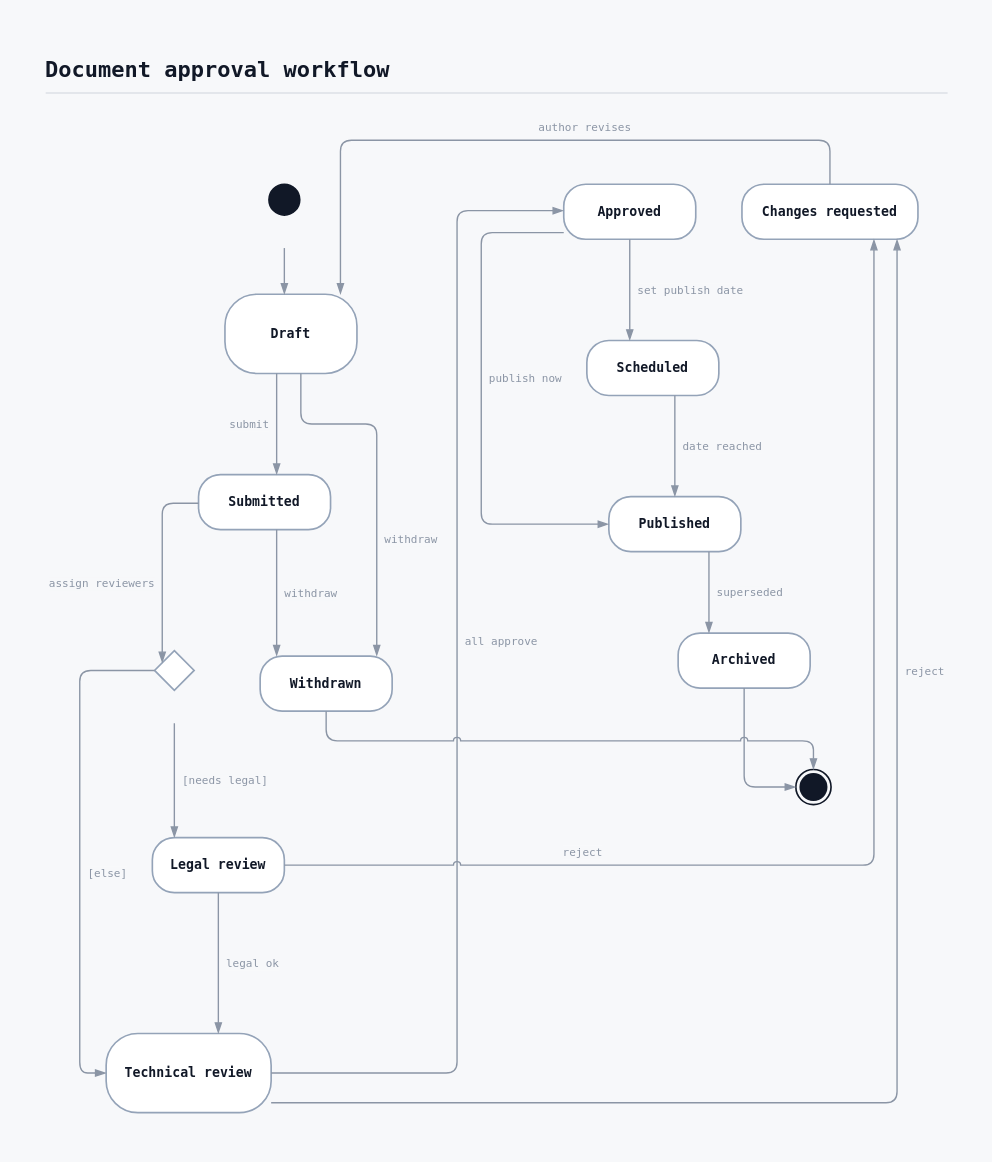
The draw.io diagram examples/document_approval_states/document_approval_states.drawio in rg12301/rdg, before the edit. Source tidied: cells renumbered, new cells numbered last; positions are measured from the earlier drawing's top-left corner, leaving out a move shared by most shapes. Both pictures are drawn from the tidied source at 110%, with x=0, y=0 at pixel (19, 19).
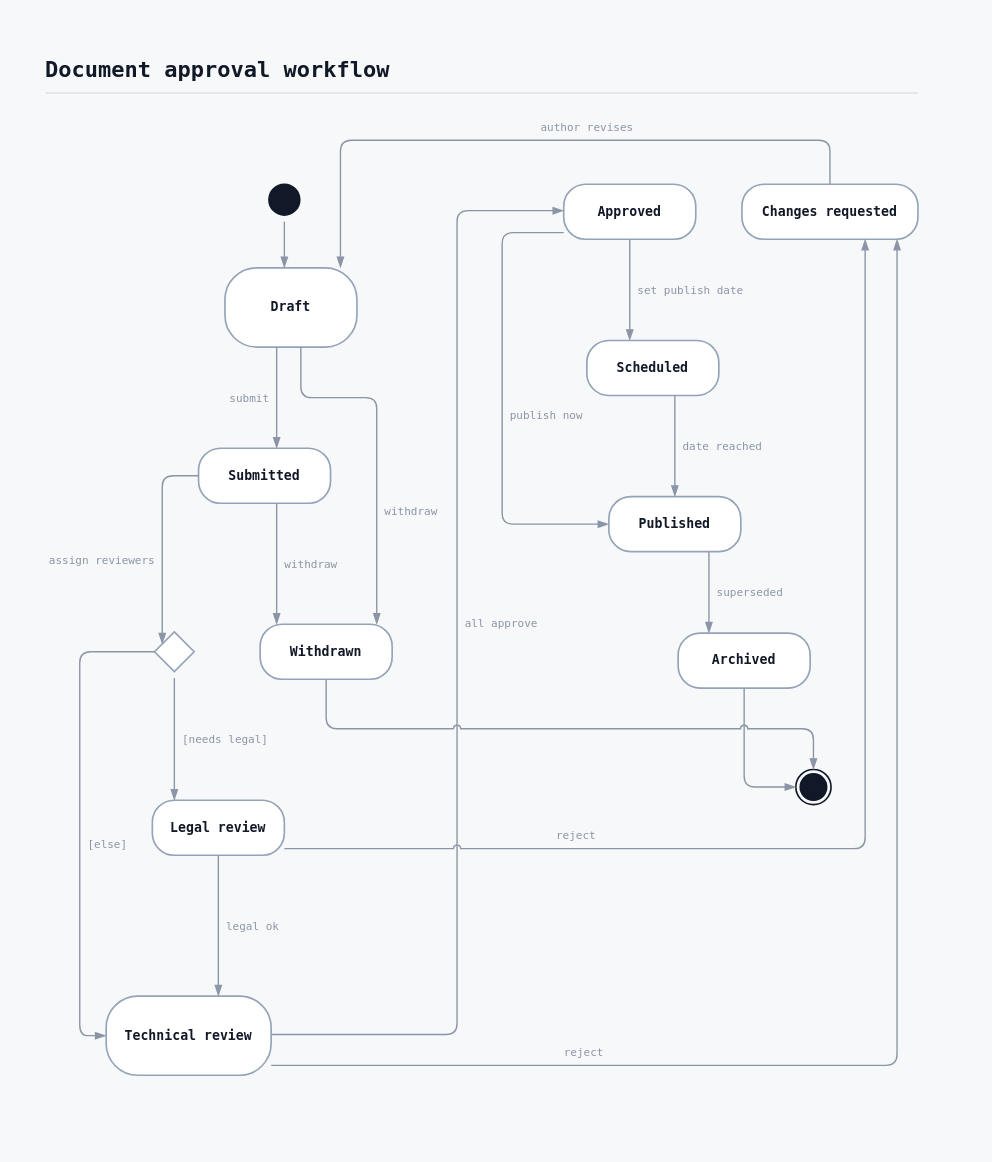
Above is the later version.

The change refers to these unchanged cells:
```xml
<mxCell id="12" value="&lt;b&gt;Changes requested&lt;/b&gt;" style="rounded=1;arcSize=40;html=1;whiteSpace=wrap;fillColor=#ffffff;fillOpacity=100;strokeColor=#94a3b8;strokeWidth=1.5;shadow=0;fontFamily=JetBrains Mono, ui-monospace, SFMono-Regular, Menlo, Consolas, monospace;fontSize=12;fontColor=#111827;fontStyle=0;align=center;verticalAlign=middle;spacingTop=4;spacingBottom=4;spacingLeft=8;spacingRight=8;" parent="1" vertex="1">
  <mxGeometry x="657" y="150" width="160" height="50" as="geometry" />
</mxCell>
<mxCell id="13" value="&lt;b&gt;Approved&lt;/b&gt;" style="rounded=1;arcSize=40;html=1;whiteSpace=wrap;fillColor=#ffffff;fillOpacity=100;strokeColor=#94a3b8;strokeWidth=1.5;shadow=0;fontFamily=JetBrains Mono, ui-monospace, SFMono-Regular, Menlo, Consolas, monospace;fontSize=12;fontColor=#111827;fontStyle=0;align=center;verticalAlign=middle;spacingTop=4;spacingBottom=4;spacingLeft=8;spacingRight=8;" parent="1" vertex="1">
  <mxGeometry x="495" y="150" width="120" height="50" as="geometry" />
</mxCell>
<mxCell id="15" value="&lt;b&gt;Published&lt;/b&gt;" style="rounded=1;arcSize=40;html=1;whiteSpace=wrap;fillColor=#ffffff;fillOpacity=100;strokeColor=#94a3b8;strokeWidth=1.5;shadow=0;fontFamily=JetBrains Mono, ui-monospace, SFMono-Regular, Menlo, Consolas, monospace;fontSize=12;fontColor=#111827;fontStyle=0;align=center;verticalAlign=middle;spacingTop=4;spacingBottom=4;spacingLeft=8;spacingRight=8;" parent="1" vertex="1">
  <mxGeometry x="536" y="434" width="120" height="50" as="geometry" />
</mxCell>
<mxCell id="16" value="&lt;b&gt;Archived&lt;/b&gt;" style="rounded=1;arcSize=40;html=1;whiteSpace=wrap;fillColor=#ffffff;fillOpacity=100;strokeColor=#94a3b8;strokeWidth=1.5;shadow=0;fontFamily=JetBrains Mono, ui-monospace, SFMono-Regular, Menlo, Consolas, monospace;fontSize=12;fontColor=#111827;fontStyle=0;align=center;verticalAlign=middle;spacingTop=4;spacingBottom=4;spacingLeft=8;spacingRight=8;" parent="1" vertex="1">
  <mxGeometry x="599" y="558" width="120" height="50" as="geometry" />
</mxCell>
```

The edit, as a diff of the source:
```diff
@@
     <mxCell id="2" style="rounded=0;fillColor=none;strokeColor=none;selectable=0;" parent="1" vertex="1">
-      <mxGeometry width="868" height="1022" as="geometry" />
+      <mxGeometry width="841" height="988" as="geometry" />
     </mxCell>
@@
     <mxCell id="4" value="&lt;b&gt;&lt;/b&gt;" style="rounded=0;html=1;whiteSpace=wrap;fillColor=none;fillOpacity=100;strokeColor=none;strokeWidth=1.5;shadow=0;fontFamily=JetBrains Mono, ui-monospace, SFMono-Regular, Menlo, Consolas, monospace;fontSize=12;fontColor=#111827;fontStyle=0;align=center;verticalAlign=top;spacingTop=32;spacingBottom=0;spacingLeft=0;spacingRight=0;" parent="1" vertex="1">
-      <mxGeometry x="217" y="150" width="48" height="52" as="geometry" />
+      <mxGeometry x="217" y="150" width="48" height="28" as="geometry" />
     </mxCell>
@@
     <mxCell id="6" value="&lt;b&gt;Draft&lt;/b&gt;" style="rounded=1;arcSize=40;html=1;whiteSpace=wrap;fillColor=#ffffff;fillOpacity=100;strokeColor=#94a3b8;strokeWidth=1.5;shadow=0;fontFamily=JetBrains Mono, ui-monospace, SFMono-Regular, Menlo, Consolas, monospace;fontSize=12;fontColor=#111827;fontStyle=0;align=center;verticalAlign=middle;spacingTop=4;spacingBottom=4;spacingLeft=8;spacingRight=8;" parent="1" vertex="1">
-      <mxGeometry x="187" y="250" width="120" height="72" as="geometry" />
+      <mxGeometry x="187" y="226" width="120" height="72" as="geometry" />
     </mxCell>
     <mxCell id="7" value="&lt;b&gt;Submitted&lt;/b&gt;" style="rounded=1;arcSize=40;html=1;whiteSpace=wrap;fillColor=#ffffff;fillOpacity=100;strokeColor=#94a3b8;strokeWidth=1.5;shadow=0;fontFamily=JetBrains Mono, ui-monospace, SFMono-Regular, Menlo, Consolas, monospace;fontSize=12;fontColor=#111827;fontStyle=0;align=center;verticalAlign=middle;spacingTop=4;spacingBottom=4;spacingLeft=8;spacingRight=8;" parent="1" vertex="1">
-      <mxGeometry x="163" y="414" width="120" height="50" as="geometry" />
+      <mxGeometry x="163" y="390" width="120" height="50" as="geometry" />
     </mxCell>
     <mxCell id="8" value="&lt;b&gt;&lt;/b&gt;" style="rounded=0;html=1;whiteSpace=wrap;fillColor=none;fillOpacity=100;strokeColor=none;strokeWidth=1.5;shadow=0;fontFamily=JetBrains Mono, ui-monospace, SFMono-Regular, Menlo, Consolas, monospace;fontSize=12;fontColor=#111827;fontStyle=0;align=center;verticalAlign=top;spacingTop=40;spacingBottom=0;spacingLeft=0;spacingRight=0;" parent="1" vertex="1">
-      <mxGeometry x="105" y="574" width="72" height="60" as="geometry" />
+      <mxGeometry x="105" y="557" width="72" height="36" as="geometry" />
     </mxCell>
@@
     <mxCell id="10" value="&lt;b&gt;Legal review&lt;/b&gt;" style="rounded=1;arcSize=40;html=1;whiteSpace=wrap;fillColor=#ffffff;fillOpacity=100;strokeColor=#94a3b8;strokeWidth=1.5;shadow=0;fontFamily=JetBrains Mono, ui-monospace, SFMono-Regular, Menlo, Consolas, monospace;fontSize=12;fontColor=#111827;fontStyle=0;align=center;verticalAlign=middle;spacingTop=4;spacingBottom=4;spacingLeft=8;spacingRight=8;" parent="1" vertex="1">
-      <mxGeometry x="121" y="744" width="120" height="50" as="geometry" />
+      <mxGeometry x="121" y="710" width="120" height="50" as="geometry" />
     </mxCell>
     <mxCell id="11" value="&lt;b&gt;Technical review&lt;/b&gt;" style="rounded=1;arcSize=40;html=1;whiteSpace=wrap;fillColor=#ffffff;fillOpacity=100;strokeColor=#94a3b8;strokeWidth=1.5;shadow=0;fontFamily=JetBrains Mono, ui-monospace, SFMono-Regular, Menlo, Consolas, monospace;fontSize=12;fontColor=#111827;fontStyle=0;align=center;verticalAlign=middle;spacingTop=4;spacingBottom=4;spacingLeft=8;spacingRight=8;" parent="1" vertex="1">
-      <mxGeometry x="79" y="922" width="150" height="72" as="geometry" />
+      <mxGeometry x="79" y="888" width="150" height="72" as="geometry" />
     </mxCell>
@@
     <mxCell id="17" value="&lt;b&gt;Withdrawn&lt;/b&gt;" style="rounded=1;arcSize=40;html=1;whiteSpace=wrap;fillColor=#ffffff;fillOpacity=100;strokeColor=#94a3b8;strokeWidth=1.5;shadow=0;fontFamily=JetBrains Mono, ui-monospace, SFMono-Regular, Menlo, Consolas, monospace;fontSize=12;fontColor=#111827;fontStyle=0;align=center;verticalAlign=middle;spacingTop=4;spacingBottom=4;spacingLeft=8;spacingRight=8;" parent="1" vertex="1">
-      <mxGeometry x="219" y="579" width="120" height="50" as="geometry" />
+      <mxGeometry x="219" y="550" width="120" height="50" as="geometry" />
     </mxCell>
     <mxCell id="18" value="&lt;b&gt;&lt;/b&gt;" style="rounded=0;html=1;whiteSpace=wrap;fillColor=none;fillOpacity=100;strokeColor=none;strokeWidth=1.5;shadow=0;fontFamily=JetBrains Mono, ui-monospace, SFMono-Regular, Menlo, Consolas, monospace;fontSize=12;fontColor=#111827;fontStyle=0;align=center;verticalAlign=top;spacingTop=36;spacingBottom=0;spacingLeft=0;spacingRight=0;" parent="1" vertex="1">
-      <mxGeometry x="698" y="682" width="48" height="56" as="geometry" />
+      <mxGeometry x="698" y="682" width="48" height="32" as="geometry" />
     </mxCell>
@@
-    <mxCell id="20" style="exitX=0.50000;exitY=1.11538;exitDx=0;exitDy=0;exitPerimeter=0;entryX=0.45000;entryY=0.00000;entryDx=0;entryDy=0;entryPerimeter=0;edgeStyle=none;html=1;rounded=1;jumpStyle=arc;jumpSize=6;strokeColor=#8b95a5;strokeWidth=1.25;dashed=0;endArrow=blockThin;endFill=1;endSize=7;startArrow=none;labelBackgroundColor=#f7f8fa;labelBorderColor=none;fontFamily=JetBrains Mono, ui-monospace, SFMono-Regular, Menlo, Consolas, monospace;fontSize=10;fontColor=#8b95a5;" parent="1" edge="1" source="4" target="6">
+    <mxCell id="20" style="exitX=0.50000;exitY=1.21429;exitDx=0;exitDy=0;exitPerimeter=0;entryX=0.45000;entryY=0.00000;entryDx=0;entryDy=0;entryPerimeter=0;edgeStyle=none;html=1;rounded=1;jumpStyle=arc;jumpSize=6;strokeColor=#8b95a5;strokeWidth=1.25;dashed=0;endArrow=blockThin;endFill=1;endSize=7;startArrow=none;labelBackgroundColor=#f7f8fa;labelBorderColor=none;fontFamily=JetBrains Mono, ui-monospace, SFMono-Regular, Menlo, Consolas, monospace;fontSize=10;fontColor=#8b95a5;" parent="1" edge="1" source="4" target="6">
       <mxGeometry relative="1" as="geometry" />
     </mxCell>
@@
-    <mxCell id="22" value="assign reviewers" style="exitX=0.00000;exitY=0.52000;exitDx=0;exitDy=0;exitPerimeter=0;entryX=0.34722;entryY=0.18333;entryDx=0;entryDy=0;entryPerimeter=0;edgeStyle=none;html=1;rounded=1;jumpStyle=arc;jumpSize=6;strokeColor=#8b95a5;strokeWidth=1.25;dashed=0;endArrow=blockThin;endFill=1;endSize=7;startArrow=none;labelBackgroundColor=#f7f8fa;labelBorderColor=none;fontFamily=JetBrains Mono, ui-monospace, SFMono-Regular, Menlo, Consolas, monospace;fontSize=10;fontColor=#8b95a5;" parent="1" edge="1" source="7" target="8">
-      <mxGeometry x="0.19" y="-55" relative="1" as="geometry">
+    <mxCell id="22" value="assign reviewers" style="exitX=0.00000;exitY=0.50000;exitDx=0;exitDy=0;exitPerimeter=0;entryX=0.34722;entryY=0.30556;entryDx=0;entryDy=0;entryPerimeter=0;edgeStyle=none;html=1;rounded=1;jumpStyle=arc;jumpSize=6;strokeColor=#8b95a5;strokeWidth=1.25;dashed=0;endArrow=blockThin;endFill=1;endSize=7;startArrow=none;labelBackgroundColor=#f7f8fa;labelBorderColor=none;fontFamily=JetBrains Mono, ui-monospace, SFMono-Regular, Menlo, Consolas, monospace;fontSize=10;fontColor=#8b95a5;" parent="1" edge="1" source="7" target="8">
+      <mxGeometry x="0.18" y="-55" relative="1" as="geometry">
         <Array as="points">
-          <mxPoint x="130" y="440" />
+          <mxPoint x="130" y="415" />
         </Array>
       </mxGeometry>
     </mxCell>
-    <mxCell id="23" value="[needs legal]" style="exitX=0.50000;exitY=1.10000;exitDx=0;exitDy=0;exitPerimeter=0;entryX=0.16667;entryY=0.00000;entryDx=0;entryDy=0;entryPerimeter=0;edgeStyle=none;html=1;rounded=1;jumpStyle=arc;jumpSize=6;strokeColor=#8b95a5;strokeWidth=1.25;dashed=0;endArrow=blockThin;endFill=1;endSize=7;startArrow=none;labelBackgroundColor=#f7f8fa;labelBorderColor=none;fontFamily=JetBrains Mono, ui-monospace, SFMono-Regular, Menlo, Consolas, monospace;fontSize=10;fontColor=#8b95a5;" parent="1" edge="1" source="8" target="10">
+    <mxCell id="23" value="[needs legal]" style="exitX=0.50000;exitY=1.16667;exitDx=0;exitDy=0;exitPerimeter=0;entryX=0.16667;entryY=0.00000;entryDx=0;entryDy=0;entryPerimeter=0;edgeStyle=none;html=1;rounded=1;jumpStyle=arc;jumpSize=6;strokeColor=#8b95a5;strokeWidth=1.25;dashed=0;endArrow=blockThin;endFill=1;endSize=7;startArrow=none;labelBackgroundColor=#f7f8fa;labelBorderColor=none;fontFamily=JetBrains Mono, ui-monospace, SFMono-Regular, Menlo, Consolas, monospace;fontSize=10;fontColor=#8b95a5;" parent="1" edge="1" source="8" target="10">
       <mxGeometry y="46" relative="1" as="geometry" />
     </mxCell>
-    <mxCell id="24" value="[else]" style="exitX=0.25000;exitY=0.30000;exitDx=0;exitDy=0;exitPerimeter=0;entryX=0.00000;entryY=0.50000;entryDx=0;entryDy=0;entryPerimeter=0;edgeStyle=none;html=1;rounded=1;jumpStyle=arc;jumpSize=6;strokeColor=#8b95a5;strokeWidth=1.25;dashed=0;endArrow=blockThin;endFill=1;endSize=7;startArrow=none;labelBackgroundColor=#f7f8fa;labelBorderColor=none;fontFamily=JetBrains Mono, ui-monospace, SFMono-Regular, Menlo, Consolas, monospace;fontSize=10;fontColor=#8b95a5;" parent="1" edge="1" source="8" target="11">
+    <mxCell id="24" value="[else]" style="exitX=0.25000;exitY=0.50000;exitDx=0;exitDy=0;exitPerimeter=0;entryX=0.00000;entryY=0.50000;entryDx=0;entryDy=0;entryPerimeter=0;edgeStyle=none;html=1;rounded=1;jumpStyle=arc;jumpSize=6;strokeColor=#8b95a5;strokeWidth=1.25;dashed=0;endArrow=blockThin;endFill=1;endSize=7;startArrow=none;labelBackgroundColor=#f7f8fa;labelBorderColor=none;fontFamily=JetBrains Mono, ui-monospace, SFMono-Regular, Menlo, Consolas, monospace;fontSize=10;fontColor=#8b95a5;" parent="1" edge="1" source="8" target="11">
       <mxGeometry x="0.1" y="25" relative="1" as="geometry">
         <Array as="points">
-          <mxPoint x="55" y="592" />
-          <mxPoint x="55" y="958" />
+          <mxPoint x="55" y="575" />
+          <mxPoint x="55" y="924" />
         </Array>
       </mxGeometry>
     </mxCell>
@@
-    <mxCell id="26" value="all approve" style="exitX=1.00000;exitY=0.50000;exitDx=0;exitDy=0;exitPerimeter=0;entryX=0.00000;entryY=0.48000;entryDx=0;entryDy=0;entryPerimeter=0;edgeStyle=none;html=1;rounded=1;jumpStyle=arc;jumpSize=6;strokeColor=#8b95a5;strokeWidth=1.25;dashed=0;endArrow=blockThin;endFill=1;endSize=7;startArrow=none;labelBackgroundColor=#f7f8fa;labelBorderColor=none;fontFamily=JetBrains Mono, ui-monospace, SFMono-Regular, Menlo, Consolas, monospace;fontSize=10;fontColor=#8b95a5;" parent="1" edge="1" source="11" target="13">
+    <mxCell id="26" value="all approve" style="exitX=1.00000;exitY=0.48611;exitDx=0;exitDy=0;exitPerimeter=0;entryX=0.00000;entryY=0.48000;entryDx=0;entryDy=0;entryPerimeter=0;edgeStyle=none;html=1;rounded=1;jumpStyle=arc;jumpSize=6;strokeColor=#8b95a5;strokeWidth=1.25;dashed=0;endArrow=blockThin;endFill=1;endSize=7;startArrow=none;labelBackgroundColor=#f7f8fa;labelBorderColor=none;fontFamily=JetBrains Mono, ui-monospace, SFMono-Regular, Menlo, Consolas, monospace;fontSize=10;fontColor=#8b95a5;" parent="1" edge="1" source="11" target="13">
       <mxGeometry x="0.07" y="-40" relative="1" as="geometry">
         <Array as="points">
-          <mxPoint x="398" y="958" />
+          <mxPoint x="398" y="923" />
           <mxPoint x="398" y="174" />
         </Array>
       </mxGeometry>
     </mxCell>
-    <mxCell id="27" value="reject" style="exitX=1.00000;exitY=0.50000;exitDx=0;exitDy=0;exitPerimeter=0;entryX=0.75000;entryY=1.00000;entryDx=0;entryDy=0;entryPerimeter=0;edgeStyle=none;html=1;rounded=1;jumpStyle=arc;jumpSize=6;strokeColor=#8b95a5;strokeWidth=1.25;dashed=0;endArrow=blockThin;endFill=1;endSize=7;startArrow=none;labelBackgroundColor=#f7f8fa;labelBorderColor=none;fontFamily=JetBrains Mono, ui-monospace, SFMono-Regular, Menlo, Consolas, monospace;fontSize=10;fontColor=#8b95a5;" parent="1" edge="1" source="10" target="12">
+    <mxCell id="27" value="reject" style="exitX=1.00000;exitY=0.88000;exitDx=0;exitDy=0;exitPerimeter=0;entryX=0.70000;entryY=1.00000;entryDx=0;entryDy=0;entryPerimeter=0;edgeStyle=none;html=1;rounded=1;jumpStyle=arc;jumpSize=6;strokeColor=#8b95a5;strokeWidth=1.25;dashed=0;endArrow=blockThin;endFill=1;endSize=7;startArrow=none;labelBackgroundColor=#f7f8fa;labelBorderColor=none;fontFamily=JetBrains Mono, ui-monospace, SFMono-Regular, Menlo, Consolas, monospace;fontSize=10;fontColor=#8b95a5;" parent="1" edge="1" source="10" target="12">
       <mxGeometry x="-0.51" y="11.8" relative="1" as="geometry">
         <Array as="points">
-          <mxPoint x="777" y="769" />
+          <mxPoint x="769" y="754" />
         </Array>
       </mxGeometry>
     </mxCell>
     <mxCell id="28" value="reject" style="exitX=1.00000;exitY=0.87500;exitDx=0;exitDy=0;exitPerimeter=0;entryX=0.88125;entryY=1.00000;entryDx=0;entryDy=0;entryPerimeter=0;edgeStyle=none;html=1;rounded=1;jumpStyle=arc;jumpSize=6;strokeColor=#8b95a5;strokeWidth=1.25;dashed=0;endArrow=blockThin;endFill=1;endSize=7;startArrow=none;labelBackgroundColor=#f7f8fa;labelBorderColor=none;fontFamily=JetBrains Mono, ui-monospace, SFMono-Regular, Menlo, Consolas, monospace;fontSize=10;fontColor=#8b95a5;" parent="1" edge="1" source="11" target="12">
-      <mxGeometry x="0.42" y="-25" relative="1" as="geometry">
+      <mxGeometry x="-0.57" y="11.8" relative="1" as="geometry">
         <Array as="points">
-          <mxPoint x="798" y="985" />
+          <mxPoint x="798" y="951" />
         </Array>
       </mxGeometry>
     </mxCell>
     <mxCell id="29" value="author revises" style="exitX=0.50000;exitY=0.00000;exitDx=0;exitDy=0;exitPerimeter=0;entryX=0.87500;entryY=0.00000;entryDx=0;entryDy=0;entryPerimeter=0;edgeStyle=none;html=1;rounded=1;jumpStyle=arc;jumpSize=6;strokeColor=#8b95a5;strokeWidth=1.25;dashed=0;endArrow=blockThin;endFill=1;endSize=7;startArrow=none;labelBackgroundColor=#f7f8fa;labelBorderColor=none;fontFamily=JetBrains Mono, ui-monospace, SFMono-Regular, Menlo, Consolas, monospace;fontSize=10;fontColor=#8b95a5;" parent="1" edge="1" source="12" target="6">
-      <mxGeometry x="-0.16" y="-11.8" relative="1" as="geometry">
+      <mxGeometry x="-0.13" y="-11.8" relative="1" as="geometry">
         <Array as="points">
           <mxPoint x="737" y="110" />
           <mxPoint x="292" y="110" />
         </Array>
       </mxGeometry>
     </mxCell>
@@
     <mxCell id="31" value="publish now" style="exitX=0.00000;exitY=0.88000;exitDx=0;exitDy=0;exitPerimeter=0;entryX=0.00000;entryY=0.50000;entryDx=0;entryDy=0;entryPerimeter=0;edgeStyle=none;html=1;rounded=1;jumpStyle=arc;jumpSize=6;strokeColor=#8b95a5;strokeWidth=1.25;dashed=0;endArrow=blockThin;endFill=1;endSize=7;startArrow=none;labelBackgroundColor=#f7f8fa;labelBorderColor=none;fontFamily=JetBrains Mono, ui-monospace, SFMono-Regular, Menlo, Consolas, monospace;fontSize=10;fontColor=#8b95a5;" parent="1" edge="1" source="13" target="15">
-      <mxGeometry x="-0.09" y="40" relative="1" as="geometry">
+      <mxGeometry x="0.06" y="40" relative="1" as="geometry">
         <Array as="points">
-          <mxPoint x="420" y="194" />
-          <mxPoint x="420" y="459" />
+          <mxPoint x="439" y="194" />
+          <mxPoint x="439" y="459" />
         </Array>
       </mxGeometry>
     </mxCell>
@@
-    <mxCell id="34" style="exitX=0.50000;exitY=1.00000;exitDx=0;exitDy=0;exitPerimeter=0;entryX=0.16667;entryY=0.28571;entryDx=0;entryDy=0;entryPerimeter=0;edgeStyle=none;html=1;rounded=1;jumpStyle=arc;jumpSize=6;strokeColor=#8b95a5;strokeWidth=1.25;dashed=0;endArrow=blockThin;endFill=1;endSize=7;startArrow=none;labelBackgroundColor=#f7f8fa;labelBorderColor=none;fontFamily=JetBrains Mono, ui-monospace, SFMono-Regular, Menlo, Consolas, monospace;fontSize=10;fontColor=#8b95a5;" parent="1" edge="1" source="16" target="18">
+    <mxCell id="34" style="exitX=0.50000;exitY=1.00000;exitDx=0;exitDy=0;exitPerimeter=0;entryX=0.16667;entryY=0.50000;entryDx=0;entryDy=0;entryPerimeter=0;edgeStyle=none;html=1;rounded=1;jumpStyle=arc;jumpSize=6;strokeColor=#8b95a5;strokeWidth=1.25;dashed=0;endArrow=blockThin;endFill=1;endSize=7;startArrow=none;labelBackgroundColor=#f7f8fa;labelBorderColor=none;fontFamily=JetBrains Mono, ui-monospace, SFMono-Regular, Menlo, Consolas, monospace;fontSize=10;fontColor=#8b95a5;" parent="1" edge="1" source="16" target="18">
       <mxGeometry relative="1" as="geometry">
         <Array as="points">
           <mxPoint x="659" y="698" />
         </Array>
       </mxGeometry>
     </mxCell>
     <mxCell id="35" value="withdraw" style="exitX=0.57500;exitY=1.00000;exitDx=0;exitDy=0;exitPerimeter=0;entryX=0.88333;entryY=0.00000;entryDx=0;entryDy=0;entryPerimeter=0;edgeStyle=none;html=1;rounded=1;jumpStyle=arc;jumpSize=6;strokeColor=#8b95a5;strokeWidth=1.25;dashed=0;endArrow=blockThin;endFill=1;endSize=7;startArrow=none;labelBackgroundColor=#f7f8fa;labelBorderColor=none;fontFamily=JetBrains Mono, ui-monospace, SFMono-Regular, Menlo, Consolas, monospace;fontSize=10;fontColor=#8b95a5;" parent="1" edge="1" source="6" target="17">
-      <mxGeometry x="0.35" y="31" relative="1" as="geometry">
+      <mxGeometry x="0.36" y="31" relative="1" as="geometry">
         <Array as="points">
-          <mxPoint x="256" y="368" />
-          <mxPoint x="325" y="368" />
+          <mxPoint x="256" y="344" />
+          <mxPoint x="325" y="344" />
         </Array>
       </mxGeometry>
     </mxCell>
@@
     <mxCell id="37" style="exitX=0.50000;exitY=1.00000;exitDx=0;exitDy=0;exitPerimeter=0;entryX=0.50000;entryY=0.00000;entryDx=0;entryDy=0;entryPerimeter=0;edgeStyle=none;html=1;rounded=1;jumpStyle=arc;jumpSize=6;strokeColor=#8b95a5;strokeWidth=1.25;dashed=0;endArrow=blockThin;endFill=1;endSize=7;startArrow=none;labelBackgroundColor=#f7f8fa;labelBorderColor=none;fontFamily=JetBrains Mono, ui-monospace, SFMono-Regular, Menlo, Consolas, monospace;fontSize=10;fontColor=#8b95a5;" parent="1" edge="1" source="17" target="18">
       <mxGeometry relative="1" as="geometry">
         <Array as="points">
-          <mxPoint x="279" y="656" />
-          <mxPoint x="722" y="656" />
+          <mxPoint x="279" y="645" />
+          <mxPoint x="722" y="645" />
         </Array>
       </mxGeometry>
     </mxCell>
     <mxCell id="38" style="line;strokeWidth=1;strokeColor=#d0d5de;html=1;" parent="1" vertex="1">
-      <mxGeometry x="24" y="66" width="820" height="2" as="geometry" />
+      <mxGeometry x="24" y="66" width="793" height="2" as="geometry" />
     </mxCell>
```
